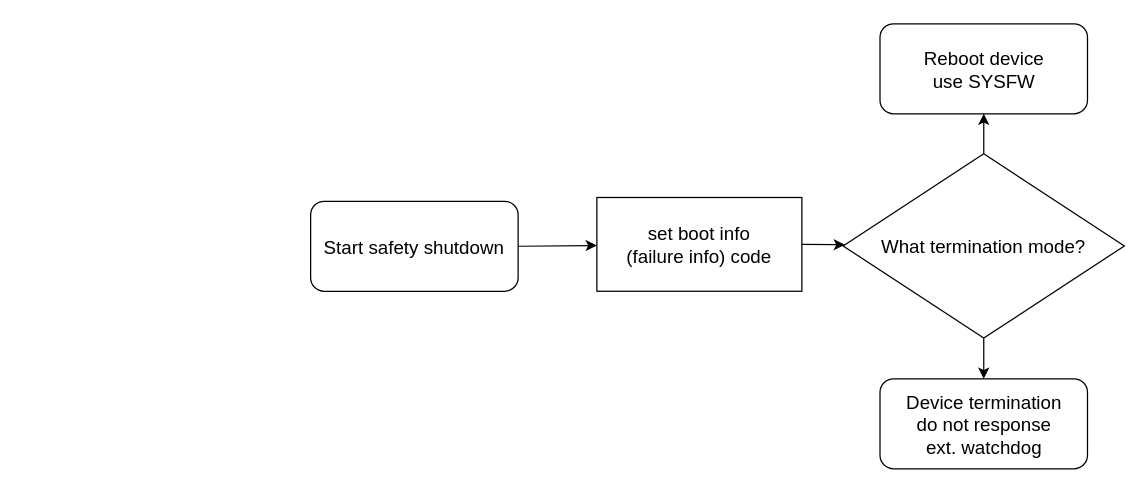
This is schematic/05-sw-flow-safety-shouldown.drawio from petrkucerak/diplom-thesis, a draw.io file, before an edit. Source tidied: cells renumbered, new cells numbered last; positions are measured from the earlier drawing's top-left corner, leaving out a move shared by most shapes. Both pictures are drawn from the tidied source at 125%, with x=0, y=0 at pixel (310, 24).
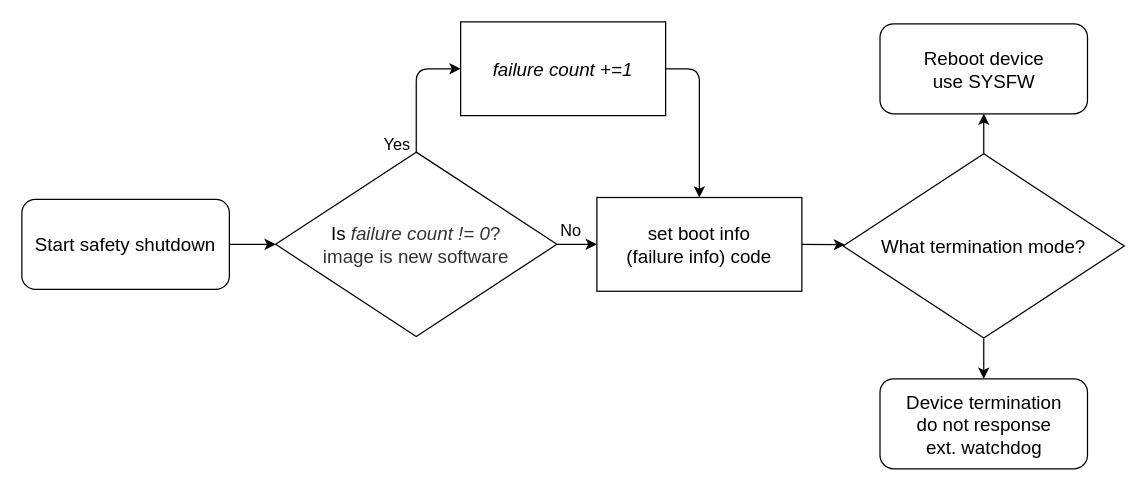
The same page after the edit.

Diff of the diagram source:
```diff
@@
 <mxGraphModel>
   <root>
     <mxCell id="0" />
     <mxCell id="1" parent="0" />
-    <mxCell id="2" style="edgeStyle=none;html=1;exitX=1;exitY=0.5;exitDx=0;exitDy=0;fontSize=15;" parent="1" edge="1" source="3" target="5">
-      <mxGeometry relative="1" as="geometry" />
-    </mxCell>
+    <mxCell id="11" style="edgeStyle=none;html=1;exitX=1;exitY=0.5;exitDx=0;exitDy=0;" parent="1" edge="1" source="3" target="16">
+      <mxGeometry relative="1" as="geometry" />
+    </mxCell>
     <mxCell id="3" value="Start safety shutdown" style="rounded=1;whiteSpace=wrap;html=1;fontSize=15;" parent="1" vertex="1">
-      <mxGeometry y="141.5" width="166" height="72" as="geometry" />
+      <mxGeometry x="-231" y="140" width="166" height="72" as="geometry" />
     </mxCell>
     <mxCell id="4" style="edgeStyle=none;html=1;exitX=1;exitY=0.5;exitDx=0;exitDy=0;fontSize=15;" parent="1" edge="1" source="5" target="10">
       <mxGeometry relative="1" as="geometry" />
     </mxCell>
     <mxCell id="5" value="set boot info&lt;br&gt;(failure info) code" style="rounded=0;whiteSpace=wrap;html=1;fontSize=15;" parent="1" vertex="1">
       <mxGeometry x="229" y="138.5" width="164" height="75" as="geometry" />
     </mxCell>
     <mxCell id="6" value="Device termination&lt;div&gt;do not response&lt;br&gt;ext. watchdog&lt;/div&gt;" style="rounded=1;whiteSpace=wrap;html=1;fontSize=15;" parent="1" vertex="1">
       <mxGeometry x="455.5" y="283.5" width="166" height="72" as="geometry" />
     </mxCell>
     <mxCell id="7" value="Reboot device&lt;div&gt;use SYSFW&lt;/div&gt;" style="rounded=1;whiteSpace=wrap;html=1;fontSize=15;" parent="1" vertex="1">
       <mxGeometry x="455.5" y="-0.5" width="166" height="72" as="geometry" />
     </mxCell>
     <mxCell id="8" style="edgeStyle=none;html=1;exitX=0.5;exitY=1;exitDx=0;exitDy=0;fontSize=15;" parent="1" edge="1" source="10" target="6">
       <mxGeometry relative="1" as="geometry" />
     </mxCell>
     <mxCell id="9" style="edgeStyle=none;html=1;exitX=0.5;exitY=0;exitDx=0;exitDy=0;fontSize=15;" parent="1" edge="1" source="10" target="7">
       <mxGeometry relative="1" as="geometry" />
     </mxCell>
     <mxCell id="10" value="&lt;font&gt;What termination mode?&lt;/font&gt;" style="rhombus;whiteSpace=wrap;html=1;fontSize=15;" parent="1" vertex="1">
       <mxGeometry x="426" y="103.5" width="225" height="147.5" as="geometry" />
     </mxCell>
+    <mxCell id="12" style="edgeStyle=none;html=1;exitX=1;exitY=0.5;exitDx=0;exitDy=0;" parent="1" edge="1" source="16" target="5">
+      <mxGeometry relative="1" as="geometry" />
+    </mxCell>
+    <mxCell id="13" value="No" style="edgeLabel;html=1;align=center;verticalAlign=middle;fontSize=13;" parent="12" vertex="1">
+      <mxGeometry x="-0.49" y="1" relative="1" as="geometry">
+        <mxPoint x="2" y="-10" as="offset" />
+      </mxGeometry>
+    </mxCell>
+    <mxCell id="14" style="edgeStyle=orthogonalEdgeStyle;html=1;exitX=0.5;exitY=0;exitDx=0;exitDy=0;entryX=0;entryY=0.5;entryDx=0;entryDy=0;" parent="1" edge="1" source="16" target="18">
+      <mxGeometry relative="1" as="geometry" />
+    </mxCell>
+    <mxCell id="15" value="Yes" style="edgeLabel;html=1;align=center;verticalAlign=middle;fontSize=13;" parent="14" vertex="1">
+      <mxGeometry x="-0.74" relative="1" as="geometry">
+        <mxPoint x="-16" y="6" as="offset" />
+      </mxGeometry>
+    </mxCell>
+    <mxCell id="16" value="&lt;font&gt;Is&amp;nbsp;&lt;/font&gt;&lt;span style=&quot;color: rgb(51, 51, 51);&quot;&gt;&lt;i&gt;failure count != 0&lt;/i&gt;?&lt;/span&gt;&lt;div&gt;&lt;font color=&quot;#333333&quot;&gt;image is new software&lt;/font&gt;&lt;/div&gt;" style="rhombus;whiteSpace=wrap;html=1;fontSize=15;" parent="1" vertex="1">
+      <mxGeometry x="-28" y="102.2" width="225" height="147.5" as="geometry" />
+    </mxCell>
+    <mxCell id="17" style="edgeStyle=orthogonalEdgeStyle;html=1;exitX=1;exitY=0.5;exitDx=0;exitDy=0;entryX=0.5;entryY=0;entryDx=0;entryDy=0;" parent="1" edge="1" source="18" target="5">
+      <mxGeometry relative="1" as="geometry" />
+    </mxCell>
+    <mxCell id="18" value="&lt;i&gt;failure count +=1&lt;/i&gt;" style="rounded=0;whiteSpace=wrap;html=1;fontSize=15;" parent="1" vertex="1">
+      <mxGeometry x="120" y="-2" width="164" height="75" as="geometry" />
+    </mxCell>
   </root>
 </mxGraphModel>
```
